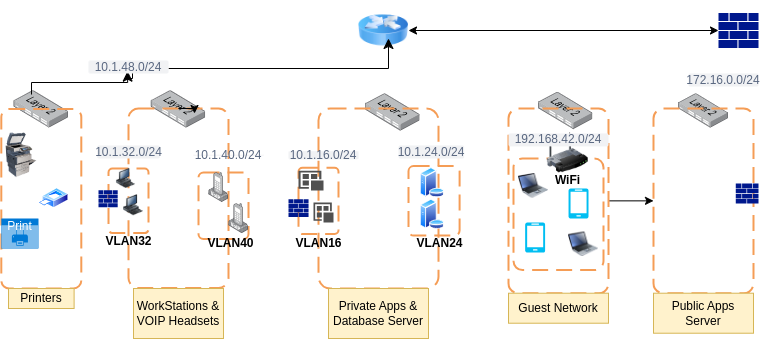
Before: secured_network_topology.drawio.png, a diagram exported from draw.io (MwarumbaH-5523/Secured_Networks_Topology). Source tidied: cells renumbered, new cells last; positions are measured from the earlier drawing's top-left corner, leaving out a move shared by most shapes.
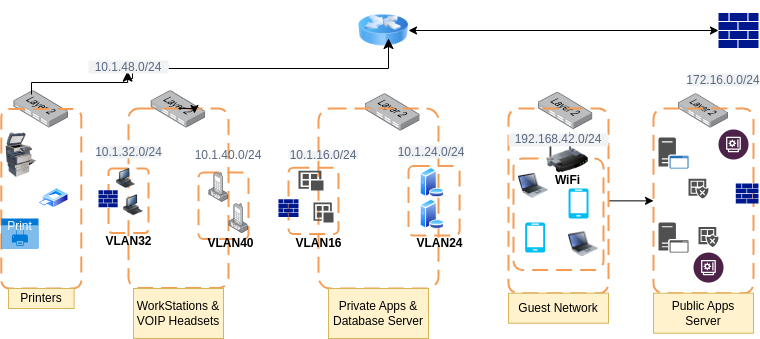
Above is the later version.

What changed in the source:
```diff
@@ -54,7 +54,7 @@
       <mxGeometry x="197" y="172.1" width="50" height="66.4" as="geometry" />
     </mxCell>
     <mxCell id="19" style="rounded=1;arcSize=10;dashed=1;strokeColor=light-dark(#F59D56,#FF3333);fillColor=none;gradientColor=none;dashPattern=8 4;strokeWidth=2;" parent="1" vertex="1">
-      <mxGeometry x="297" y="167.2" width="40" height="66.4" as="geometry" />
+      <mxGeometry x="287" y="167.2" width="50" height="66.4" as="geometry" />
     </mxCell>
     <mxCell id="20" style="rounded=1;arcSize=10;dashed=1;strokeColor=light-dark(#F59D56,#FF3333);fillColor=none;gradientColor=none;dashPattern=8 4;strokeWidth=2;" parent="1" vertex="1">
       <mxGeometry x="407" y="165.6" width="51.1" height="69.5" as="geometry" />
@@ -143,7 +143,7 @@
       <mxGeometry x="415.9" y="240.4" width="45" height="6" as="geometry" />
     </mxCell>
     <mxCell id="46" style="sketch=0;shadow=0;dashed=0;html=1;strokeColor=none;labelPosition=center;verticalLabelPosition=bottom;verticalAlign=top;align=center;fillColor=#00188D;shape=mxgraph.mscae.enterprise.firewall;" parent="1" vertex="1">
-      <mxGeometry x="287" y="198.8" width="20.1" height="17.6" as="geometry" />
+      <mxGeometry x="276.9" y="198.8" width="20.1" height="17.6" as="geometry" />
     </mxCell>
     <mxCell id="47" style="sketch=0;shadow=0;dashed=0;html=1;strokeColor=none;labelPosition=center;verticalLabelPosition=bottom;verticalAlign=top;align=center;fillColor=#00188D;shape=mxgraph.mscae.enterprise.firewall;" parent="1" vertex="1">
       <mxGeometry x="97" y="189.8" width="19.2" height="16.9" as="geometry" />
@@ -187,5 +187,23 @@
     <mxCell id="60" style="verticalLabelPosition=bottom;html=1;verticalAlign=top;align=center;strokeColor=none;fillColor=#00BEF2;shape=mxgraph.azure.mobile;" parent="1" vertex="1">
       <mxGeometry x="523.6" y="222.1" width="20" height="30" as="geometry" />
     </mxCell>
+    <mxCell id="61" style="sketch=0;shadow=0;dashed=0;html=1;strokeColor=none;fillColor=#505050;labelPosition=center;verticalLabelPosition=bottom;verticalAlign=top;align=center;shape=mxgraph.office.servers.application_server;" parent="1" vertex="1">
+      <mxGeometry x="657" y="222.1" width="30" height="30" as="geometry" />
+    </mxCell>
+    <mxCell id="62" style="sketch=0;shadow=0;dashed=0;html=1;strokeColor=none;fillColor=#505050;labelPosition=center;verticalLabelPosition=bottom;verticalAlign=top;align=center;shape=mxgraph.office.servers.application_server_blue;" parent="1" vertex="1">
+      <mxGeometry x="657" y="137.1" width="30" height="30.9" as="geometry" />
+    </mxCell>
+    <mxCell id="63" style="sketch=0;shadow=0;dashed=0;html=1;strokeColor=none;labelPosition=center;verticalLabelPosition=bottom;verticalAlign=top;align=center;fillColor=#505050;shape=mxgraph.mscae.intune.noncompliant_apps;" parent="1" vertex="1">
+      <mxGeometry x="697" y="226.4" width="20" height="20" as="geometry" />
+    </mxCell>
+    <mxCell id="64" style="sketch=0;shadow=0;dashed=0;html=1;strokeColor=none;labelPosition=center;verticalLabelPosition=bottom;verticalAlign=top;align=center;fillColor=#505050;shape=mxgraph.mscae.intune.noncompliant_apps;" parent="1" vertex="1">
+      <mxGeometry x="687" y="178.2" width="20" height="19.8" as="geometry" />
+    </mxCell>
+    <mxCell id="65" style="verticalLabelPosition=bottom;html=1;shape=mxgraph.salesforce.financial_services2;" parent="1" vertex="1">
+      <mxGeometry x="692" y="252.1" width="30" height="30" as="geometry" />
+    </mxCell>
+    <mxCell id="66" style="verticalLabelPosition=bottom;html=1;shape=mxgraph.salesforce.financial_services2;" parent="1" vertex="1">
+      <mxGeometry x="717" y="129" width="30" height="30" as="geometry" />
+    </mxCell>
   </root>
 </mxGraphModel>
```
